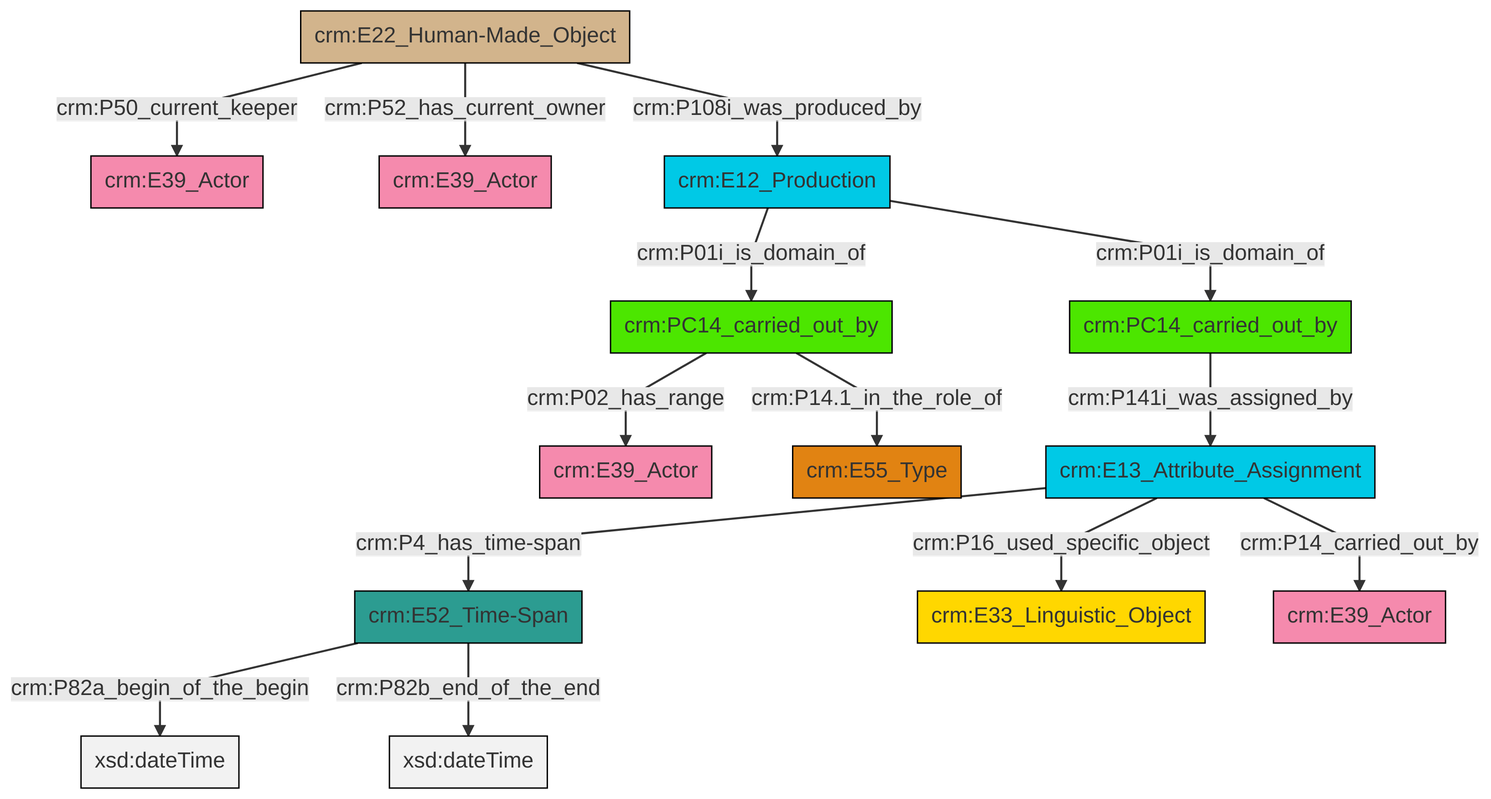
The Mermaid diagram et/carrierCSV/ttl/mmd/png/carrier_relations.png in swiss-art-research-net/docs.swissartresearch, before a commit. Its source is kept beside it as et/carrierCSV/ttl/mmd/carrier_relations.ttl.mmd.
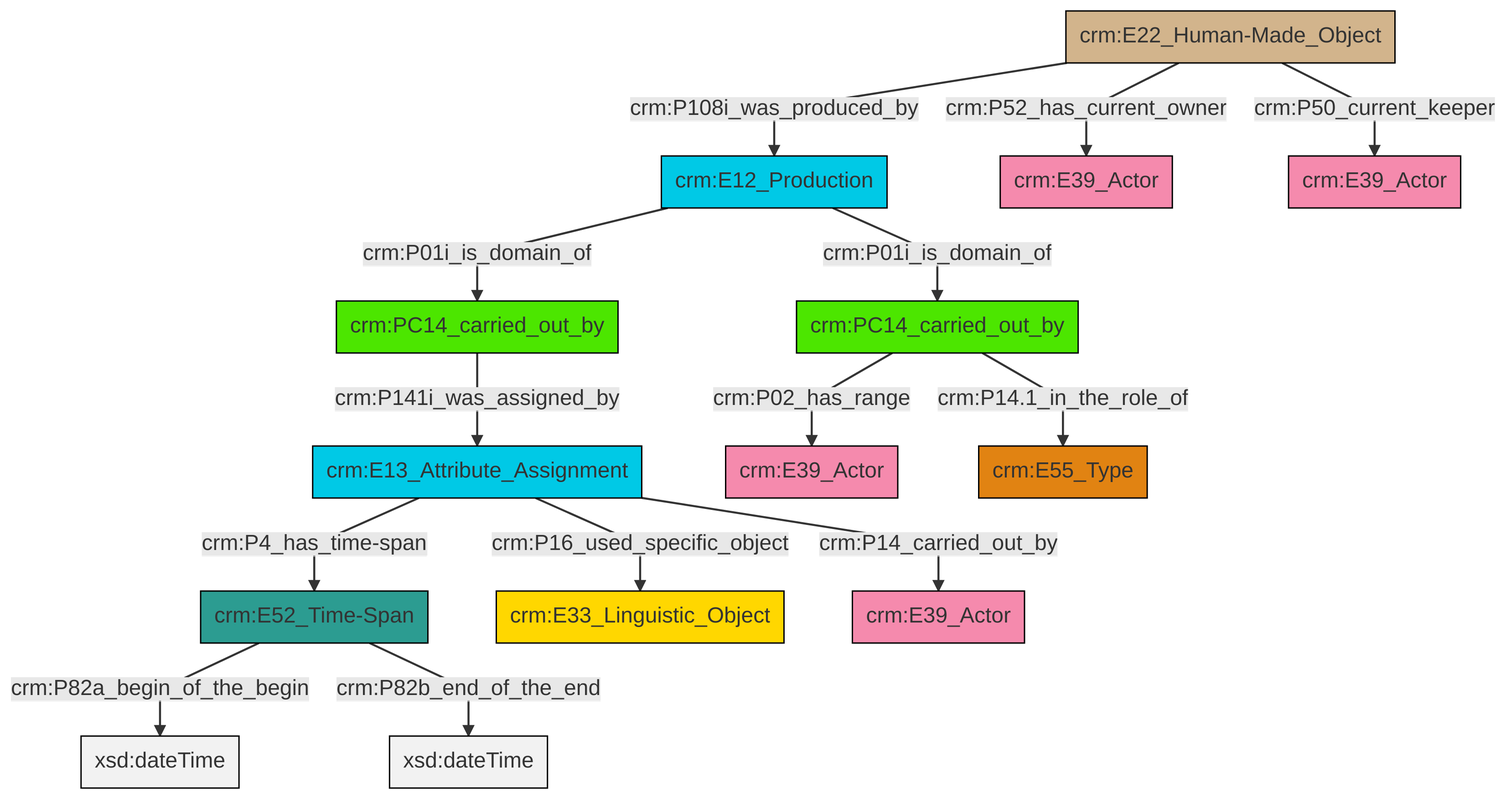
After the change.

What changed in the source:
```diff
@@ -13,16 +13,16 @@
 classDef PC_Classes fill:#4ce600, stroke:#000000;
 classDef Multi fill:#cccccc,stroke:#000000;
 
-0["crm:PC14_carried_out_by"]:::PC_Classes -->|crm:P02_has_range| 1["crm:E39_Actor"]:::Actor
-0["crm:PC14_carried_out_by"]:::PC_Classes -->|crm:P14.1_in_the_role_of| 2["crm:E55_Type"]:::Type
-5["crm:PC14_carried_out_by"]:::PC_Classes -->|crm:P141i_was_assigned_by| 6["crm:E13_Attribute_Assignment"]:::Temporal_Entity
-7["crm:E52_Time-Span"]:::Time-Span -->|crm:P82a_begin_of_the_begin| 8[xsd:dateTime]:::Literal
-14["crm:E12_Production"]:::Temporal_Entity -->|crm:P01i_is_domain_of| 0["crm:PC14_carried_out_by"]:::PC_Classes
-6["crm:E13_Attribute_Assignment"]:::Temporal_Entity -->|crm:P16_used_specific_object| 15["crm:E33_Linguistic_Object"]:::Conceptual_Object
-6["crm:E13_Attribute_Assignment"]:::Temporal_Entity -->|crm:P4_has_time-span| 7["crm:E52_Time-Span"]:::Time-Span
-7["crm:E52_Time-Span"]:::Time-Span -->|crm:P82b_end_of_the_end| 16[xsd:dateTime]:::Literal
-14["crm:E12_Production"]:::Temporal_Entity -->|crm:P01i_is_domain_of| 5["crm:PC14_carried_out_by"]:::PC_Classes
-20["crm:E22_Human-Made_Object"]:::Physical_Thing -->|crm:P108i_was_produced_by| 14["crm:E12_Production"]:::Temporal_Entity
-20["crm:E22_Human-Made_Object"]:::Physical_Thing -->|crm:P52_has_current_owner| 9["crm:E39_Actor"]:::Actor
-6["crm:E13_Attribute_Assignment"]:::Temporal_Entity -->|crm:P14_carried_out_by| 23["crm:E39_Actor"]:::Actor
-20["crm:E22_Human-Made_Object"]:::Physical_Thing -->|crm:P50_current_keeper| 3["crm:E39_Actor"]:::Actor
+4["crm:E13_Attribute_Assignment"]:::Temporal_Entity -->|crm:P4_has_time-span| 5["crm:E52_Time-Span"]:::Time-Span
+8["crm:PC14_carried_out_by"]:::PC_Classes -->|crm:P14.1_in_the_role_of| 9["crm:E55_Type"]:::Type
+0["crm:E12_Production"]:::Temporal_Entity -->|crm:P01i_is_domain_of| 11["crm:PC14_carried_out_by"]:::PC_Classes
+8["crm:PC14_carried_out_by"]:::PC_Classes -->|crm:P02_has_range| 6["crm:E39_Actor"]:::Actor
+5["crm:E52_Time-Span"]:::Time-Span -->|crm:P82a_begin_of_the_begin| 17[xsd:dateTime]:::Literal
+4["crm:E13_Attribute_Assignment"]:::Temporal_Entity -->|crm:P16_used_specific_object| 18["crm:E33_Linguistic_Object"]:::Conceptual_Object
+11["crm:PC14_carried_out_by"]:::PC_Classes -->|crm:P141i_was_assigned_by| 4["crm:E13_Attribute_Assignment"]:::Temporal_Entity
+13["crm:E22_Human-Made_Object"]:::Physical_Thing -->|crm:P50_current_keeper| 15["crm:E39_Actor"]:::Actor
+13["crm:E22_Human-Made_Object"]:::Physical_Thing -->|crm:P52_has_current_owner| 2["crm:E39_Actor"]:::Actor
+5["crm:E52_Time-Span"]:::Time-Span -->|crm:P82b_end_of_the_end| 23[xsd:dateTime]:::Literal
+4["crm:E13_Attribute_Assignment"]:::Temporal_Entity -->|crm:P14_carried_out_by| 24["crm:E39_Actor"]:::Actor
+0["crm:E12_Production"]:::Temporal_Entity -->|crm:P01i_is_domain_of| 8["crm:PC14_carried_out_by"]:::PC_Classes
+13["crm:E22_Human-Made_Object"]:::Physical_Thing -->|crm:P108i_was_produced_by| 0["crm:E12_Production"]:::Temporal_Entity
```
